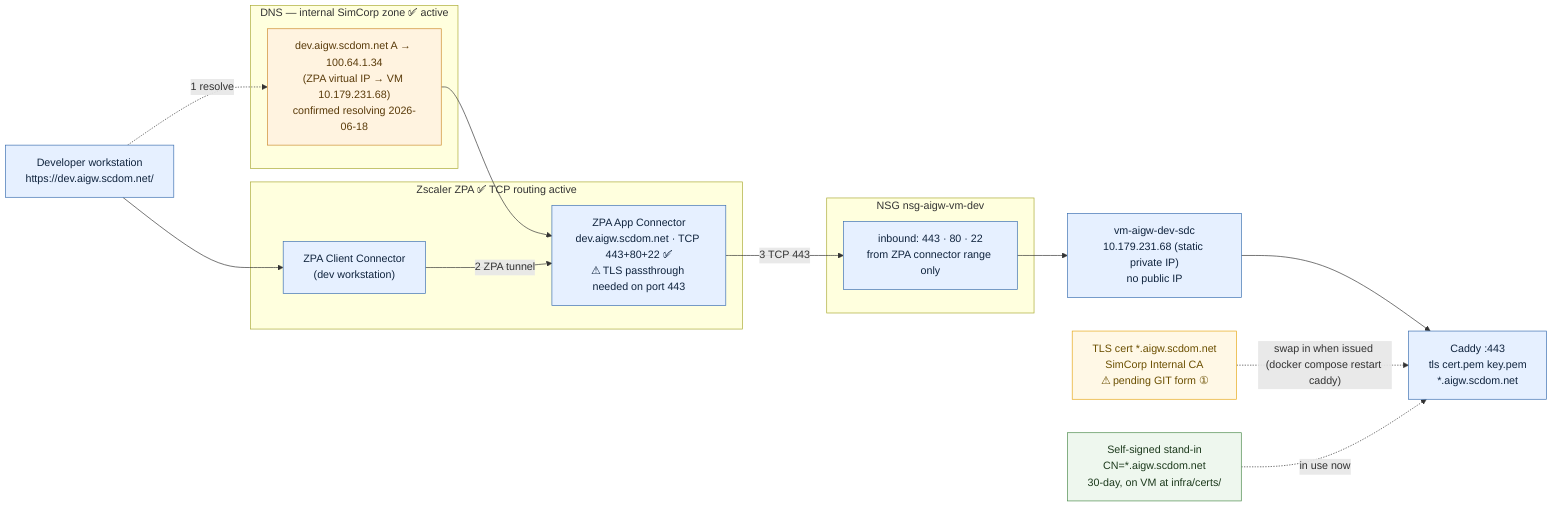
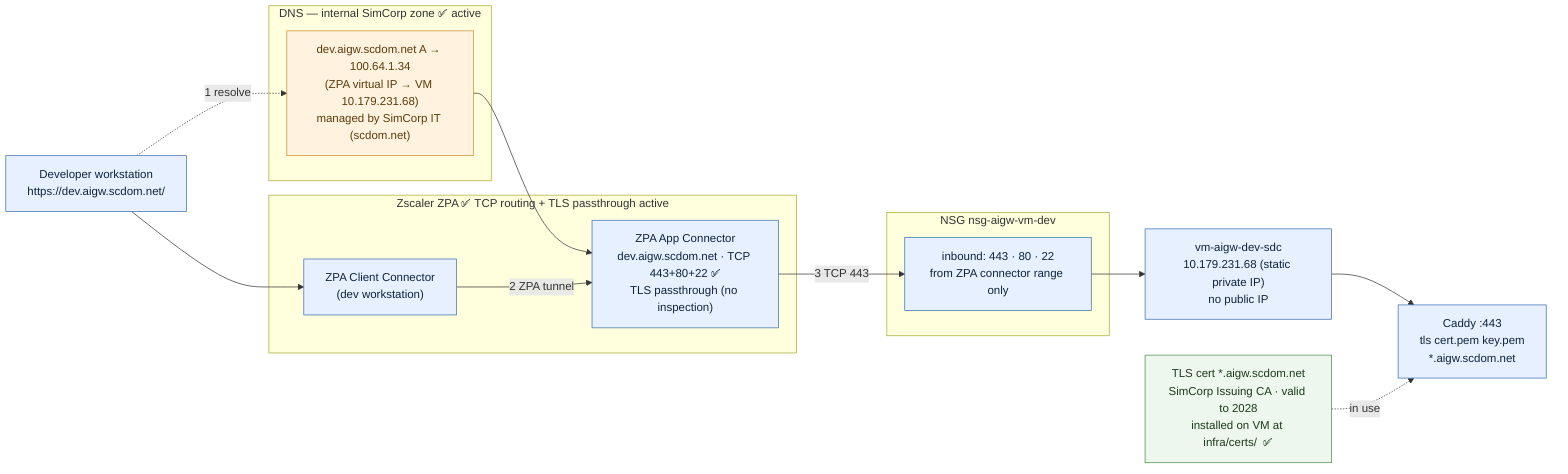
flowchart LR
  dev["Developer workstation\nhttps://dev.aigw.scdom.net/"]

  subgraph DNSZ["DNS — internal SimCorp zone  ✅ active"]
-     int["dev.aigw.scdom.net A → 100.64.1.34\n(ZPA virtual IP → VM 10.179.231.68)\nconfirmed resolving 2026-06-18"]
+     int["dev.aigw.scdom.net A → 100.64.1.34\n(ZPA virtual IP → VM 10.179.231.68)\nmanaged by SimCorp IT (scdom.net)"]
  end

-   subgraph ZPA["Zscaler ZPA  ✅ TCP routing active"]
+   subgraph ZPA["Zscaler ZPA  ✅ TCP routing + TLS passthrough active"]
    zcc["ZPA Client Connector\n(dev workstation)"]
-     zac["ZPA App Connector\ndev.aigw.scdom.net · TCP 443+80+22 ✅\n⚠ TLS passthrough needed on port 443"]
+     zac["ZPA App Connector\ndev.aigw.scdom.net · TCP 443+80+22 ✅\nTLS passthrough (no inspection)"]
  end

  subgraph NSG["NSG nsg-aigw-vm-dev"]
    nsg["inbound: 443 · 80 · 22\nfrom ZPA connector range only"]
  end

  vm["vm-aigw-dev-sdc\n10.179.231.68 (static private IP)\nno public IP"]
  caddy["Caddy :443\ntls cert.pem key.pem\n*.aigw.scdom.net"]

-   cert_issued["TLS cert *.aigw.scdom.net\nSimCorp Internal CA\n⚠ pending GIT form ①"]
-   cert_interim["Self-signed stand-in\nCN=*.aigw.scdom.net\n30-day, on VM at infra/certs/"]
+   cert["TLS cert *.aigw.scdom.net\nSimCorp Issuing CA · valid to 2028\ninstalled on VM at infra/certs/  ✅"]

  dev -. "1 resolve" .-> int
  dev --> zcc
  int --> zac
  zcc -->|"2 ZPA tunnel"| zac -->|"3 TCP 443"| nsg --> vm --> caddy
-   cert_issued -. "swap in when issued (docker compose restart caddy)" .-> caddy
-   cert_interim -. "in use now" .-> caddy
+   cert -. "in use" .-> caddy

  classDef dns fill:#fff3e0,stroke:#cc8a2e,color:#5a3b0a;
  classDef net fill:#e6f0ff,stroke:#3b6fb0,color:#10243e;
-   classDef pending fill:#fff8e6,stroke:#e6a817,color:#6b4f00;
  classDef active fill:#eef7ee,stroke:#4a8a4a,color:#1d3a1d;
  class int dns;
  class dev,zcc,zac,nsg,vm,caddy net;
-   class cert_issued pending;
-   class cert_interim active;
+   class cert active;
